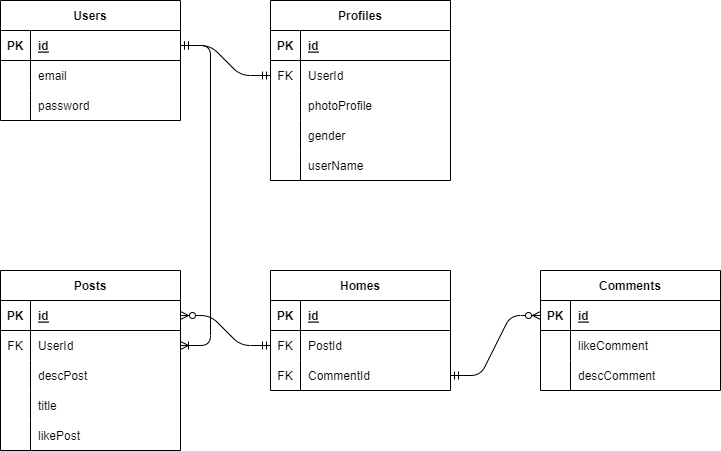
This is schema.drawio.png from naufalsoerya/Pair-Project, a draw.io export, as it was before one commit. Source tidied: cells renumbered, new cells last; positions are measured from the earlier drawing's top-left corner, leaving out a move shared by most shapes.
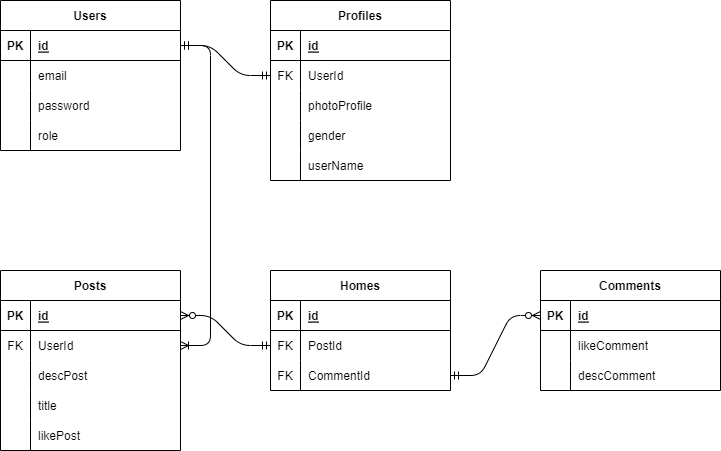
After the commit.

Change to the diagram source:
```diff
@@ -3,7 +3,7 @@
     <mxCell id="0" />
     <mxCell id="1" parent="0" />
     <mxCell id="2" value="Users" style="shape=table;startSize=30;rowLines=0;fontStyle=1;align=center;" parent="1" vertex="1">
-      <mxGeometry width="180" height="120" as="geometry" />
+      <mxGeometry width="180" height="150" as="geometry" />
     </mxCell>
     <mxCell id="3" style="shape=tableRow;horizontal=0;startSize=0;swimlaneHead=0;swimlaneBody=0;fillColor=none;points=[[0,0.5],[1,0.5]];portConstraint=eastwest;top=0;left=0;right=0;bottom=1;" parent="2" vertex="1">
       <mxGeometry y="30" width="180" height="30" as="geometry" />
@@ -32,6 +32,15 @@
     <mxCell id="11" value="password" style="shape=partialRectangle;fillColor=none;top=0;left=0;bottom=0;right=0;align=left;spacingLeft=6;overflow=hidden;" parent="9" vertex="1">
       <mxGeometry x="30" width="150" height="30" as="geometry" />
     </mxCell>
+    <mxCell id="68" style="shape=tableRow;horizontal=0;startSize=0;swimlaneHead=0;swimlaneBody=0;fillColor=none;top=0;left=0;right=0;bottom=0;" parent="2" vertex="1">
+      <mxGeometry y="120" width="180" height="30" as="geometry" />
+    </mxCell>
+    <mxCell id="69" style="shape=partialRectangle;fillColor=none;top=0;left=0;bottom=0;right=0;overflow=hidden;" parent="68" vertex="1">
+      <mxGeometry width="30" height="30" as="geometry" />
+    </mxCell>
+    <mxCell id="70" value="role" style="shape=partialRectangle;fillColor=none;top=0;left=0;bottom=0;right=0;align=left;spacingLeft=6;overflow=hidden;" parent="68" vertex="1">
+      <mxGeometry x="30" width="150" height="30" as="geometry" />
+    </mxCell>
     <mxCell id="12" value="Profiles" style="shape=table;startSize=30;rowLines=0;fontStyle=1;align=center;" parent="1" vertex="1">
       <mxGeometry x="270" width="180" height="180" as="geometry" />
     </mxCell>
```
